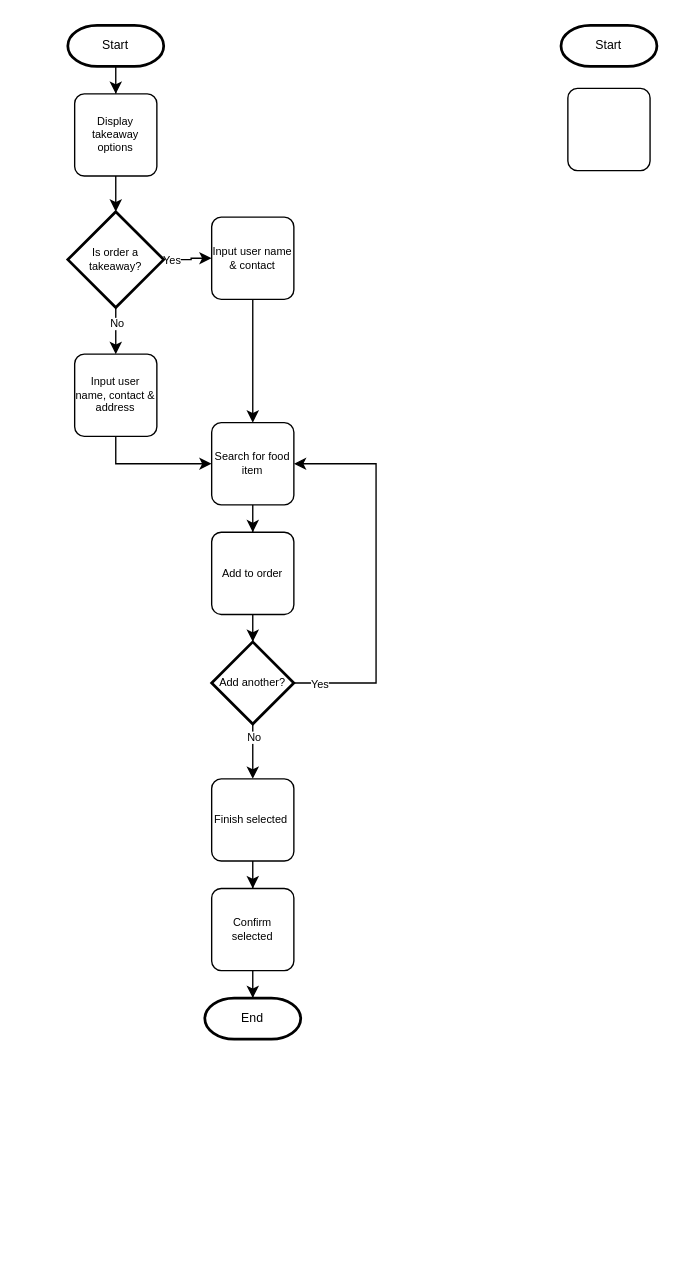
The draw.io diagram page "Flowchart" (5 of 6) of TakeAwaySys/Notes/Diagrams.drawio in TiredAJ/CPP2-TakeAwaySys, before the edit. Source tidied: cells renumbered, new cells numbered last; positions are measured from the earlier drawing's top-left corner, leaving out a move shared by most shapes. Both pictures are drawn from the tidied source at 137%, with x=0, y=0 at pixel (67, 25).
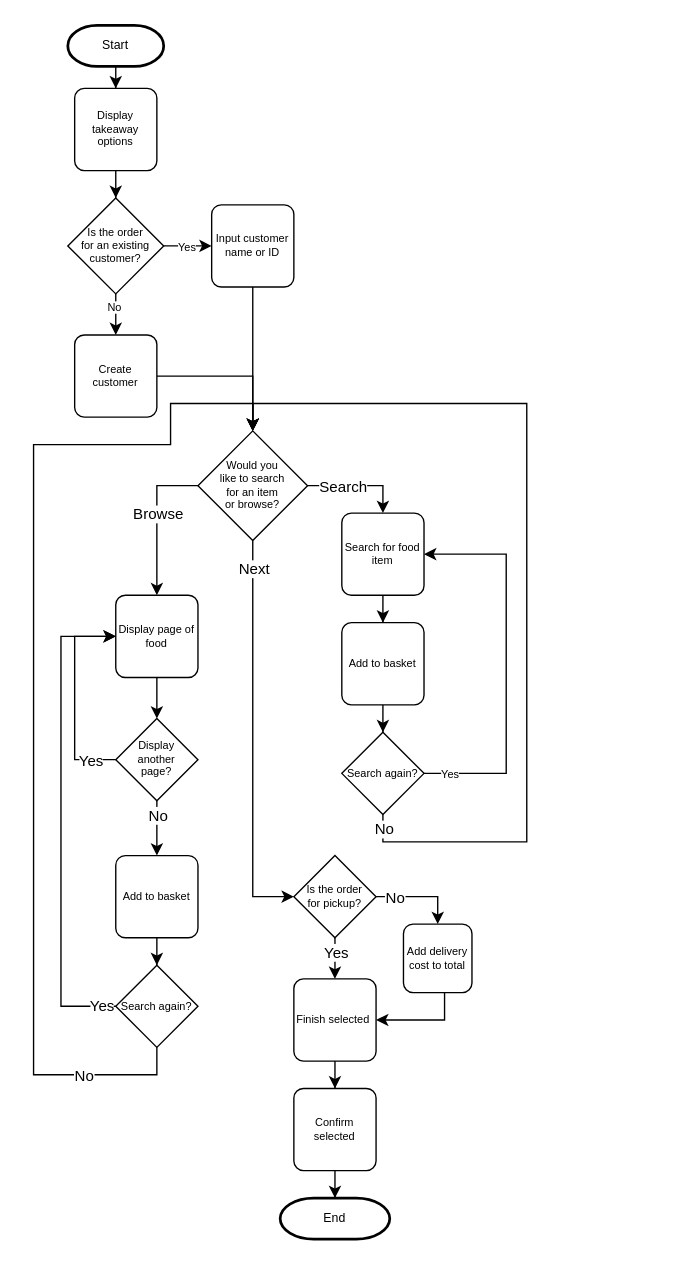
After the change.

The change refers to these unchanged cells:
```xml
<mxCell id="4" style="edgeStyle=orthogonalEdgeStyle;rounded=0;jettySize=auto;html=1;fontSize=8;" parent="1" edge="1" source="8" target="14">
  <mxGeometry relative="1" as="geometry" />
</mxCell>
<mxCell id="6" style="edgeStyle=orthogonalEdgeStyle;rounded=0;jettySize=auto;html=1;fontSize=8;" parent="1" edge="1" source="8" target="12">
  <mxGeometry relative="1" as="geometry" />
</mxCell>
```

Change to the diagram source:
```diff
@@
     <mxCell id="5" value="Yes" style="edgeLabel;html=1;align=center;verticalAlign=middle;fontSize=8;" parent="4" vertex="1">
-      <mxGeometry x="-0.31" relative="1" as="geometry">
-        <mxPoint x="-7" as="offset" />
-      </mxGeometry>
+      <mxGeometry x="-0.31" relative="1" as="geometry" />
     </mxCell>
@@
     <mxCell id="7" value="No" style="edgeLabel;html=1;align=center;verticalAlign=middle;fontSize=8;" parent="6" vertex="1">
       <mxGeometry x="-0.09" y="1" relative="1" as="geometry">
-        <mxPoint x="1" y="-8" as="offset" />
+        <mxPoint x="-1" y="-8" as="offset" />
       </mxGeometry>
     </mxCell>
-    <mxCell id="8" value="Is order a &lt;br&gt;takeaway?" style="strokeWidth=2;html=1;shape=mxgraph.flowchart.decision;whiteSpace=wrap;fontSize=8;" parent="1" vertex="1">
-      <mxGeometry y="136" width="70" height="70" as="geometry" />
+    <mxCell id="8" value="Is the order &lt;br&gt;for an existing &lt;br&gt;customer?" style="strokeWidth=1;html=1;shape=mxgraph.flowchart.decision;whiteSpace=wrap;fontSize=8;" parent="1" vertex="1">
+      <mxGeometry y="126" width="70" height="70" as="geometry" />
     </mxCell>
@@
     <mxCell id="10" value="Display takeaway options" style="rounded=1;whiteSpace=wrap;html=1;absoluteArcSize=1;arcSize=14;strokeWidth=1;fontSize=8;" parent="1" vertex="1">
-      <mxGeometry x="5" y="50" width="60" height="60" as="geometry" />
+      <mxGeometry x="5" y="46" width="60" height="60" as="geometry" />
     </mxCell>
-    <mxCell id="11" style="edgeStyle=orthogonalEdgeStyle;rounded=0;jettySize=auto;html=1;entryX=0;entryY=0.5;entryDx=0;entryDy=0;fontSize=8;exitX=0.5;exitY=1;exitDx=0;exitDy=0;" parent="1" edge="1" source="12" target="16">
-      <mxGeometry relative="1" as="geometry" />
+    <mxCell id="11" style="edgeStyle=orthogonalEdgeStyle;rounded=0;jettySize=auto;html=1;fontSize=8;exitX=1;exitY=0.5;exitDx=0;exitDy=0;entryX=0.5;entryY=0;entryDx=0;entryDy=0;entryPerimeter=0;" parent="1" edge="1" source="12" target="42">
+      <mxGeometry relative="1" as="geometry">
+        <Array as="points">
+          <mxPoint x="135" y="256" />
+        </Array>
+      </mxGeometry>
     </mxCell>
-    <mxCell id="12" value="Input user name, contact &amp;amp; address" style="rounded=1;whiteSpace=wrap;html=1;absoluteArcSize=1;arcSize=14;strokeWidth=1;fontSize=8;" parent="1" vertex="1">
-      <mxGeometry x="5" y="240" width="60" height="60" as="geometry" />
+    <mxCell id="12" value="Create customer" style="rounded=1;whiteSpace=wrap;html=1;absoluteArcSize=1;arcSize=14;strokeWidth=1;fontSize=8;" parent="1" vertex="1">
+      <mxGeometry x="5" y="226" width="60" height="60" as="geometry" />
     </mxCell>
-    <mxCell id="13" style="edgeStyle=orthogonalEdgeStyle;rounded=0;jettySize=auto;html=1;entryX=0.5;entryY=0;entryDx=0;entryDy=0;fontSize=8;" parent="1" edge="1" source="14" target="16">
-      <mxGeometry relative="1" as="geometry" />
+    <mxCell id="13" style="edgeStyle=orthogonalEdgeStyle;rounded=0;jettySize=auto;html=1;fontSize=8;" parent="1" edge="1" source="14">
+      <mxGeometry relative="1" as="geometry">
+        <mxPoint x="135" y="296" as="targetPoint" />
+      </mxGeometry>
     </mxCell>
-    <mxCell id="14" value="Input user name &amp;amp; contact" style="rounded=1;whiteSpace=wrap;html=1;absoluteArcSize=1;arcSize=14;strokeWidth=1;fontSize=8;" parent="1" vertex="1">
-      <mxGeometry x="105" y="140" width="60" height="60" as="geometry" />
+    <mxCell id="14" value="Input customer name or ID" style="rounded=1;whiteSpace=wrap;html=1;absoluteArcSize=1;arcSize=14;strokeWidth=1;fontSize=8;" parent="1" vertex="1">
+      <mxGeometry x="105" y="131" width="60" height="60" as="geometry" />
     </mxCell>
-    <mxCell id="15" style="edgeStyle=orthogonalEdgeStyle;rounded=0;jettySize=auto;html=1;entryX=0.5;entryY=0;entryDx=0;entryDy=0;fontSize=8;" parent="1" edge="1" source="16" target="18">
-      <mxGeometry relative="1" as="geometry" />
-    </mxCell>
-    <mxCell id="16" value="Search for food item" style="rounded=1;whiteSpace=wrap;html=1;absoluteArcSize=1;arcSize=14;strokeWidth=1;fontSize=8;" parent="1" vertex="1">
-      <mxGeometry x="105" y="290" width="60" height="60" as="geometry" />
-    </mxCell>
-    <mxCell id="17" style="edgeStyle=orthogonalEdgeStyle;rounded=0;jettySize=auto;html=1;entryX=0.5;entryY=0;entryDx=0;entryDy=0;entryPerimeter=0;fontSize=8;" parent="1" edge="1" source="18" target="23">
-      <mxGeometry relative="1" as="geometry" />
-    </mxCell>
-    <mxCell id="18" value="Add to order" style="rounded=1;whiteSpace=wrap;html=1;absoluteArcSize=1;arcSize=14;strokeWidth=1;fontSize=8;" parent="1" vertex="1">
-      <mxGeometry x="105" y="370" width="60" height="60" as="geometry" />
-    </mxCell>
-    <mxCell id="19" style="edgeStyle=orthogonalEdgeStyle;rounded=0;jettySize=auto;html=1;fontSize=8;exitX=1;exitY=0.5;exitDx=0;exitDy=0;exitPerimeter=0;entryX=1;entryY=0.5;entryDx=0;entryDy=0;" parent="1" edge="1" source="23" target="16">
-      <mxGeometry relative="1" as="geometry">
-        <Array as="points">
-          <mxPoint x="225" y="480" />
-          <mxPoint x="225" y="320" />
-        </Array>
-      </mxGeometry>
-    </mxCell>
-    <mxCell id="20" value="Yes" style="edgeLabel;html=1;align=center;verticalAlign=middle;fontSize=8;" parent="19" vertex="1">
-      <mxGeometry x="-0.87" relative="1" as="geometry" />
-    </mxCell>
-    <mxCell id="21" style="edgeStyle=orthogonalEdgeStyle;rounded=0;jettySize=auto;html=1;entryX=0.5;entryY=0;entryDx=0;entryDy=0;fontSize=8;" parent="1" edge="1" source="23" target="25">
-      <mxGeometry relative="1" as="geometry" />
-    </mxCell>
-    <mxCell id="22" value="No" style="edgeLabel;html=1;align=center;verticalAlign=middle;fontSize=8;" parent="21" vertex="1">
-      <mxGeometry x="-0.89" y="-1" relative="1" as="geometry">
-        <mxPoint x="1" y="7" as="offset" />
-      </mxGeometry>
-    </mxCell>
-    <mxCell id="23" value="Add another?" style="strokeWidth=2;html=1;shape=mxgraph.flowchart.decision;whiteSpace=wrap;fontSize=8;" parent="1" vertex="1">
-      <mxGeometry x="105" y="450" width="60" height="60" as="geometry" />
-    </mxCell>
@@
     <mxCell id="25" value="Finish selected&amp;nbsp;" style="rounded=1;whiteSpace=wrap;html=1;absoluteArcSize=1;arcSize=14;strokeWidth=1;fontSize=8;" parent="1" vertex="1">
-      <mxGeometry x="105" y="550" width="60" height="60" as="geometry" />
+      <mxGeometry x="165" y="696" width="60" height="60" as="geometry" />
     </mxCell>
@@
     <mxCell id="27" value="Confirm selected" style="rounded=1;whiteSpace=wrap;html=1;absoluteArcSize=1;arcSize=14;strokeWidth=1;fontSize=8;" parent="1" vertex="1">
-      <mxGeometry x="105" y="630" width="60" height="60" as="geometry" />
+      <mxGeometry x="165" y="776" width="60" height="60" as="geometry" />
     </mxCell>
     <mxCell id="28" value="End" style="strokeWidth=2;html=1;shape=mxgraph.flowchart.terminator;whiteSpace=wrap;fontSize=9;" parent="1" vertex="1">
-      <mxGeometry x="100" y="710" width="70" height="30" as="geometry" />
+      <mxGeometry x="155" y="856" width="80" height="30" as="geometry" />
     </mxCell>
-    <mxCell id="29" value="Start" style="strokeWidth=2;html=1;shape=mxgraph.flowchart.terminator;whiteSpace=wrap;fontSize=9;" parent="1" vertex="1">
-      <mxGeometry x="360" width="70" height="30" as="geometry" />
-    </mxCell>
-    <mxCell id="30" style="rounded=1;whiteSpace=wrap;html=1;absoluteArcSize=1;arcSize=14;strokeWidth=1;fontSize=8;" parent="1" vertex="1">
-      <mxGeometry x="365" y="46" width="60" height="60" as="geometry" />
-    </mxCell>
+    <mxCell id="31" style="edgeStyle=orthogonalEdgeStyle;rounded=0;jettySize=auto;html=1;entryX=0.5;entryY=0;entryDx=0;entryDy=0;" parent="1" edge="1" source="35" target="65">
+      <mxGeometry relative="1" as="geometry" />
+    </mxCell>
+    <mxCell id="32" value="No" style="edgeLabel;html=1;align=center;verticalAlign=middle;" parent="31" vertex="1">
+      <mxGeometry x="-0.61" relative="1" as="geometry" />
+    </mxCell>
+    <mxCell id="33" style="edgeStyle=orthogonalEdgeStyle;rounded=0;jettySize=auto;html=1;entryX=0.5;entryY=0;entryDx=0;entryDy=0;" parent="1" edge="1" source="35" target="25">
+      <mxGeometry relative="1" as="geometry" />
+    </mxCell>
+    <mxCell id="34" value="Yes" style="edgeLabel;html=1;align=center;verticalAlign=middle;" parent="33" vertex="1">
+      <mxGeometry x="-0.31" relative="1" as="geometry">
+        <mxPoint y="-7" as="offset" />
+      </mxGeometry>
+    </mxCell>
+    <mxCell id="35" value="Is the order&lt;br&gt;for pickup?" style="strokeWidth=1;html=1;shape=mxgraph.flowchart.decision;whiteSpace=wrap;fontSize=8;" parent="1" vertex="1">
+      <mxGeometry x="165" y="606" width="60" height="60" as="geometry" />
+    </mxCell>
+    <mxCell id="36" style="edgeStyle=orthogonalEdgeStyle;rounded=0;jettySize=auto;html=1;entryX=0.5;entryY=0;entryDx=0;entryDy=0;" parent="1" edge="1" source="42" target="16">
+      <mxGeometry relative="1" as="geometry" />
+    </mxCell>
+    <mxCell id="37" value="Search" style="edgeLabel;html=1;align=center;verticalAlign=middle;" parent="36" vertex="1">
+      <mxGeometry x="-0.46" y="-1" relative="1" as="geometry">
+        <mxPoint x="5" y="-1" as="offset" />
+      </mxGeometry>
+    </mxCell>
+    <mxCell id="38" style="edgeStyle=orthogonalEdgeStyle;rounded=0;jettySize=auto;html=1;entryX=0.5;entryY=0;entryDx=0;entryDy=0;exitX=0;exitY=0.5;exitDx=0;exitDy=0;exitPerimeter=0;" parent="1" edge="1" source="42" target="51">
+      <mxGeometry relative="1" as="geometry" />
+    </mxCell>
+    <mxCell id="39" value="Browse" style="edgeLabel;html=1;align=center;verticalAlign=middle;" parent="38" vertex="1">
+      <mxGeometry x="-0.38" relative="1" as="geometry">
+        <mxPoint y="16" as="offset" />
+      </mxGeometry>
+    </mxCell>
+    <mxCell id="40" style="edgeStyle=orthogonalEdgeStyle;rounded=0;jettySize=auto;html=1;entryX=0;entryY=0.5;entryDx=0;entryDy=0;entryPerimeter=0;" parent="1" edge="1" source="42" target="35">
+      <mxGeometry relative="1" as="geometry" />
+    </mxCell>
+    <mxCell id="41" value="Next" style="edgeLabel;html=1;align=center;verticalAlign=middle;" parent="40" vertex="1">
+      <mxGeometry x="-0.86" relative="1" as="geometry" />
+    </mxCell>
+    <mxCell id="42" value="Would you &lt;br&gt;like to search &lt;br&gt;for an item&lt;br&gt;or browse?" style="strokeWidth=1;html=1;shape=mxgraph.flowchart.decision;whiteSpace=wrap;fontSize=8;" parent="1" vertex="1">
+      <mxGeometry x="95" y="296" width="80" height="80" as="geometry" />
+    </mxCell>
+    <mxCell id="43" style="edgeStyle=orthogonalEdgeStyle;rounded=0;jettySize=auto;html=1;entryX=0.5;entryY=0;entryDx=0;entryDy=0;fontSize=8;" parent="1" edge="1" source="16" target="45">
+      <mxGeometry relative="1" as="geometry" />
+    </mxCell>
+    <mxCell id="16" value="Search for food item" style="rounded=1;whiteSpace=wrap;html=1;absoluteArcSize=1;arcSize=14;strokeWidth=1;fontSize=8;" parent="1" vertex="1">
+      <mxGeometry x="200" y="356" width="60" height="60" as="geometry" />
+    </mxCell>
+    <mxCell id="44" style="edgeStyle=orthogonalEdgeStyle;rounded=0;jettySize=auto;html=1;entryX=0.5;entryY=0;entryDx=0;entryDy=0;entryPerimeter=0;fontSize=8;" parent="1" edge="1" source="45" target="49">
+      <mxGeometry relative="1" as="geometry" />
+    </mxCell>
+    <mxCell id="45" value="Add to basket" style="rounded=1;whiteSpace=wrap;html=1;absoluteArcSize=1;arcSize=14;strokeWidth=1;fontSize=8;" parent="1" vertex="1">
+      <mxGeometry x="200" y="436" width="60" height="60" as="geometry" />
+    </mxCell>
+    <mxCell id="46" style="edgeStyle=orthogonalEdgeStyle;rounded=0;jettySize=auto;html=1;fontSize=8;exitX=1;exitY=0.5;exitDx=0;exitDy=0;exitPerimeter=0;entryX=1;entryY=0.5;entryDx=0;entryDy=0;" parent="1" edge="1" source="49" target="16">
+      <mxGeometry relative="1" as="geometry">
+        <Array as="points">
+          <mxPoint x="320" y="546" />
+          <mxPoint x="320" y="386" />
+        </Array>
+      </mxGeometry>
+    </mxCell>
+    <mxCell id="20" value="Yes" style="edgeLabel;html=1;align=center;verticalAlign=middle;fontSize=8;" parent="46" vertex="1">
+      <mxGeometry x="-0.87" relative="1" as="geometry" />
+    </mxCell>
+    <mxCell id="47" style="edgeStyle=orthogonalEdgeStyle;rounded=0;jettySize=auto;html=1;exitX=0.5;exitY=1;exitDx=0;exitDy=0;exitPerimeter=0;" parent="1" edge="1" source="49" target="42">
+      <mxGeometry relative="1" as="geometry">
+        <Array as="points">
+          <mxPoint x="230" y="596" />
+          <mxPoint x="335" y="596" />
+          <mxPoint x="335" y="276" />
+          <mxPoint x="135" y="276" />
+        </Array>
+      </mxGeometry>
+    </mxCell>
+    <mxCell id="48" value="No" style="edgeLabel;html=1;align=center;verticalAlign=middle;" parent="47" vertex="1">
+      <mxGeometry x="-0.96" relative="1" as="geometry">
+        <mxPoint y="-3" as="offset" />
+      </mxGeometry>
+    </mxCell>
+    <mxCell id="49" value="Search again?" style="strokeWidth=1;html=1;shape=mxgraph.flowchart.decision;whiteSpace=wrap;fontSize=8;" parent="1" vertex="1">
+      <mxGeometry x="200" y="516" width="60" height="60" as="geometry" />
+    </mxCell>
+    <mxCell id="50" style="edgeStyle=orthogonalEdgeStyle;rounded=0;jettySize=auto;html=1;entryX=0.5;entryY=0;entryDx=0;entryDy=0;entryPerimeter=0;" parent="1" edge="1" source="51" target="56">
+      <mxGeometry relative="1" as="geometry" />
+    </mxCell>
+    <mxCell id="51" value="Display page of food" style="rounded=1;whiteSpace=wrap;html=1;absoluteArcSize=1;arcSize=14;strokeWidth=1;fontSize=8;" parent="1" vertex="1">
+      <mxGeometry x="35" y="416" width="60" height="60" as="geometry" />
+    </mxCell>
+    <mxCell id="52" style="edgeStyle=orthogonalEdgeStyle;rounded=0;jettySize=auto;html=1;entryX=0;entryY=0.5;entryDx=0;entryDy=0;exitX=0;exitY=0.5;exitDx=0;exitDy=0;exitPerimeter=0;" parent="1" edge="1" source="56" target="51">
+      <mxGeometry relative="1" as="geometry">
+        <Array as="points">
+          <mxPoint x="5" y="536" />
+          <mxPoint x="5" y="446" />
+        </Array>
+      </mxGeometry>
+    </mxCell>
+    <mxCell id="53" value="Yes" style="edgeLabel;html=1;align=center;verticalAlign=middle;" parent="52" vertex="1">
+      <mxGeometry x="-0.75" y="-1" relative="1" as="geometry">
+        <mxPoint y="1" as="offset" />
+      </mxGeometry>
+    </mxCell>
+    <mxCell id="54" style="edgeStyle=orthogonalEdgeStyle;rounded=0;jettySize=auto;html=1;entryX=0.5;entryY=0;entryDx=0;entryDy=0;" parent="1" edge="1" source="56" target="58">
+      <mxGeometry relative="1" as="geometry" />
+    </mxCell>
+    <mxCell id="55" value="No" style="edgeLabel;html=1;align=center;verticalAlign=middle;" parent="54" vertex="1">
+      <mxGeometry x="-0.77" y="-1" relative="1" as="geometry">
+        <mxPoint x="1" y="5" as="offset" />
+      </mxGeometry>
+    </mxCell>
+    <mxCell id="56" value="Display&lt;br&gt;another&lt;br&gt;page?" style="strokeWidth=1;html=1;shape=mxgraph.flowchart.decision;whiteSpace=wrap;fontSize=8;" parent="1" vertex="1">
+      <mxGeometry x="35" y="506" width="60" height="60" as="geometry" />
+    </mxCell>
+    <mxCell id="57" style="edgeStyle=orthogonalEdgeStyle;rounded=0;jettySize=auto;html=1;entryX=0.5;entryY=0;entryDx=0;entryDy=0;entryPerimeter=0;" parent="1" edge="1" source="58" target="63">
+      <mxGeometry relative="1" as="geometry" />
+    </mxCell>
+    <mxCell id="58" value="Add to basket" style="rounded=1;whiteSpace=wrap;html=1;absoluteArcSize=1;arcSize=14;strokeWidth=1;fontSize=8;" parent="1" vertex="1">
+      <mxGeometry x="35" y="606" width="60" height="60" as="geometry" />
+    </mxCell>
+    <mxCell id="59" style="edgeStyle=orthogonalEdgeStyle;rounded=0;jettySize=auto;html=1;entryX=0;entryY=0.5;entryDx=0;entryDy=0;" parent="1" edge="1" source="63" target="51">
+      <mxGeometry relative="1" as="geometry">
+        <Array as="points">
+          <mxPoint x="-5" y="716" />
+          <mxPoint x="-5" y="446" />
+        </Array>
+      </mxGeometry>
+    </mxCell>
+    <mxCell id="60" value="Yes" style="edgeLabel;html=1;align=center;verticalAlign=middle;" parent="59" vertex="1">
+      <mxGeometry x="-0.94" y="-1" relative="1" as="geometry" />
+    </mxCell>
+    <mxCell id="61" style="edgeStyle=orthogonalEdgeStyle;rounded=0;jettySize=auto;html=1;exitX=0.5;exitY=1;exitDx=0;exitDy=0;exitPerimeter=0;" parent="1" edge="1" source="63">
+      <mxGeometry relative="1" as="geometry">
+        <mxPoint x="135" y="296" as="targetPoint" />
+        <Array as="points">
+          <mxPoint x="65" y="766" />
+          <mxPoint x="-25" y="766" />
+          <mxPoint x="-25" y="306" />
+          <mxPoint x="75" y="306" />
+          <mxPoint x="75" y="276" />
+          <mxPoint x="135" y="276" />
+        </Array>
+      </mxGeometry>
+    </mxCell>
+    <mxCell id="62" value="No" style="edgeLabel;html=1;align=center;verticalAlign=middle;" parent="61" vertex="1">
+      <mxGeometry x="-0.81" relative="1" as="geometry" />
+    </mxCell>
+    <mxCell id="63" value="Search again?" style="strokeWidth=1;html=1;shape=mxgraph.flowchart.decision;whiteSpace=wrap;fontSize=8;" parent="1" vertex="1">
+      <mxGeometry x="35" y="686" width="60" height="60" as="geometry" />
+    </mxCell>
+    <mxCell id="64" style="edgeStyle=orthogonalEdgeStyle;rounded=0;jettySize=auto;html=1;entryX=1;entryY=0.5;entryDx=0;entryDy=0;" parent="1" edge="1" source="65" target="25">
+      <mxGeometry relative="1" as="geometry">
+        <Array as="points">
+          <mxPoint x="275" y="726" />
+        </Array>
+      </mxGeometry>
+    </mxCell>
+    <mxCell id="65" value="Add delivery cost to total" style="rounded=1;whiteSpace=wrap;html=1;absoluteArcSize=1;arcSize=14;strokeWidth=1;fontSize=8;" parent="1" vertex="1">
+      <mxGeometry x="245" y="656" width="50" height="50" as="geometry" />
+    </mxCell>
```
